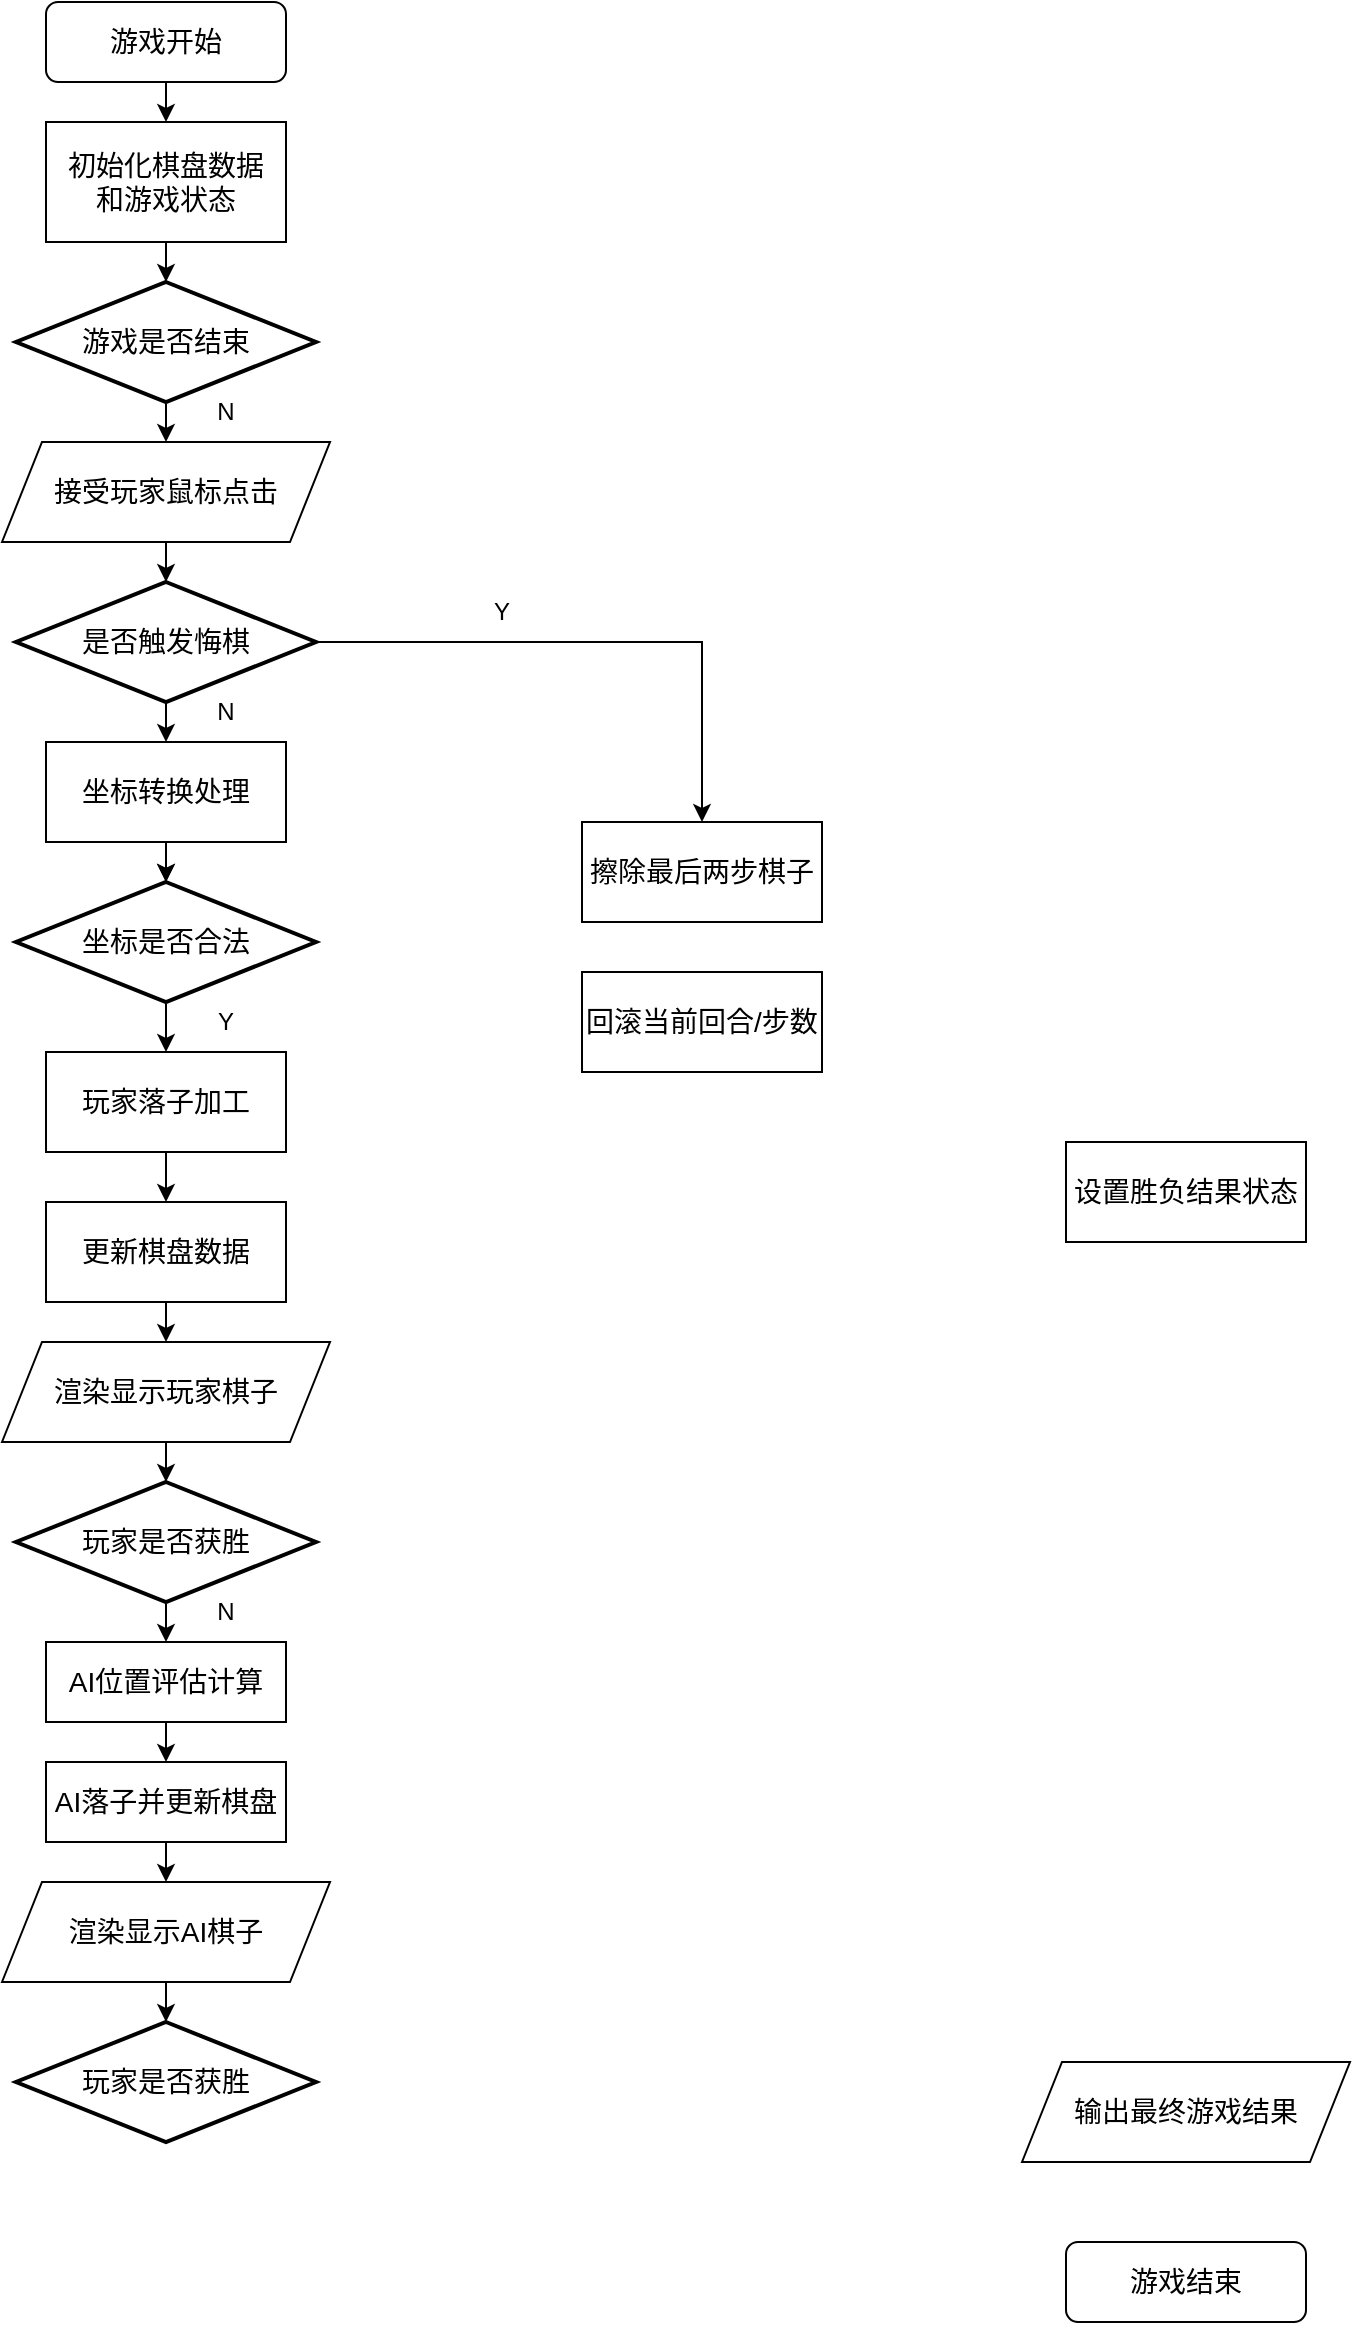
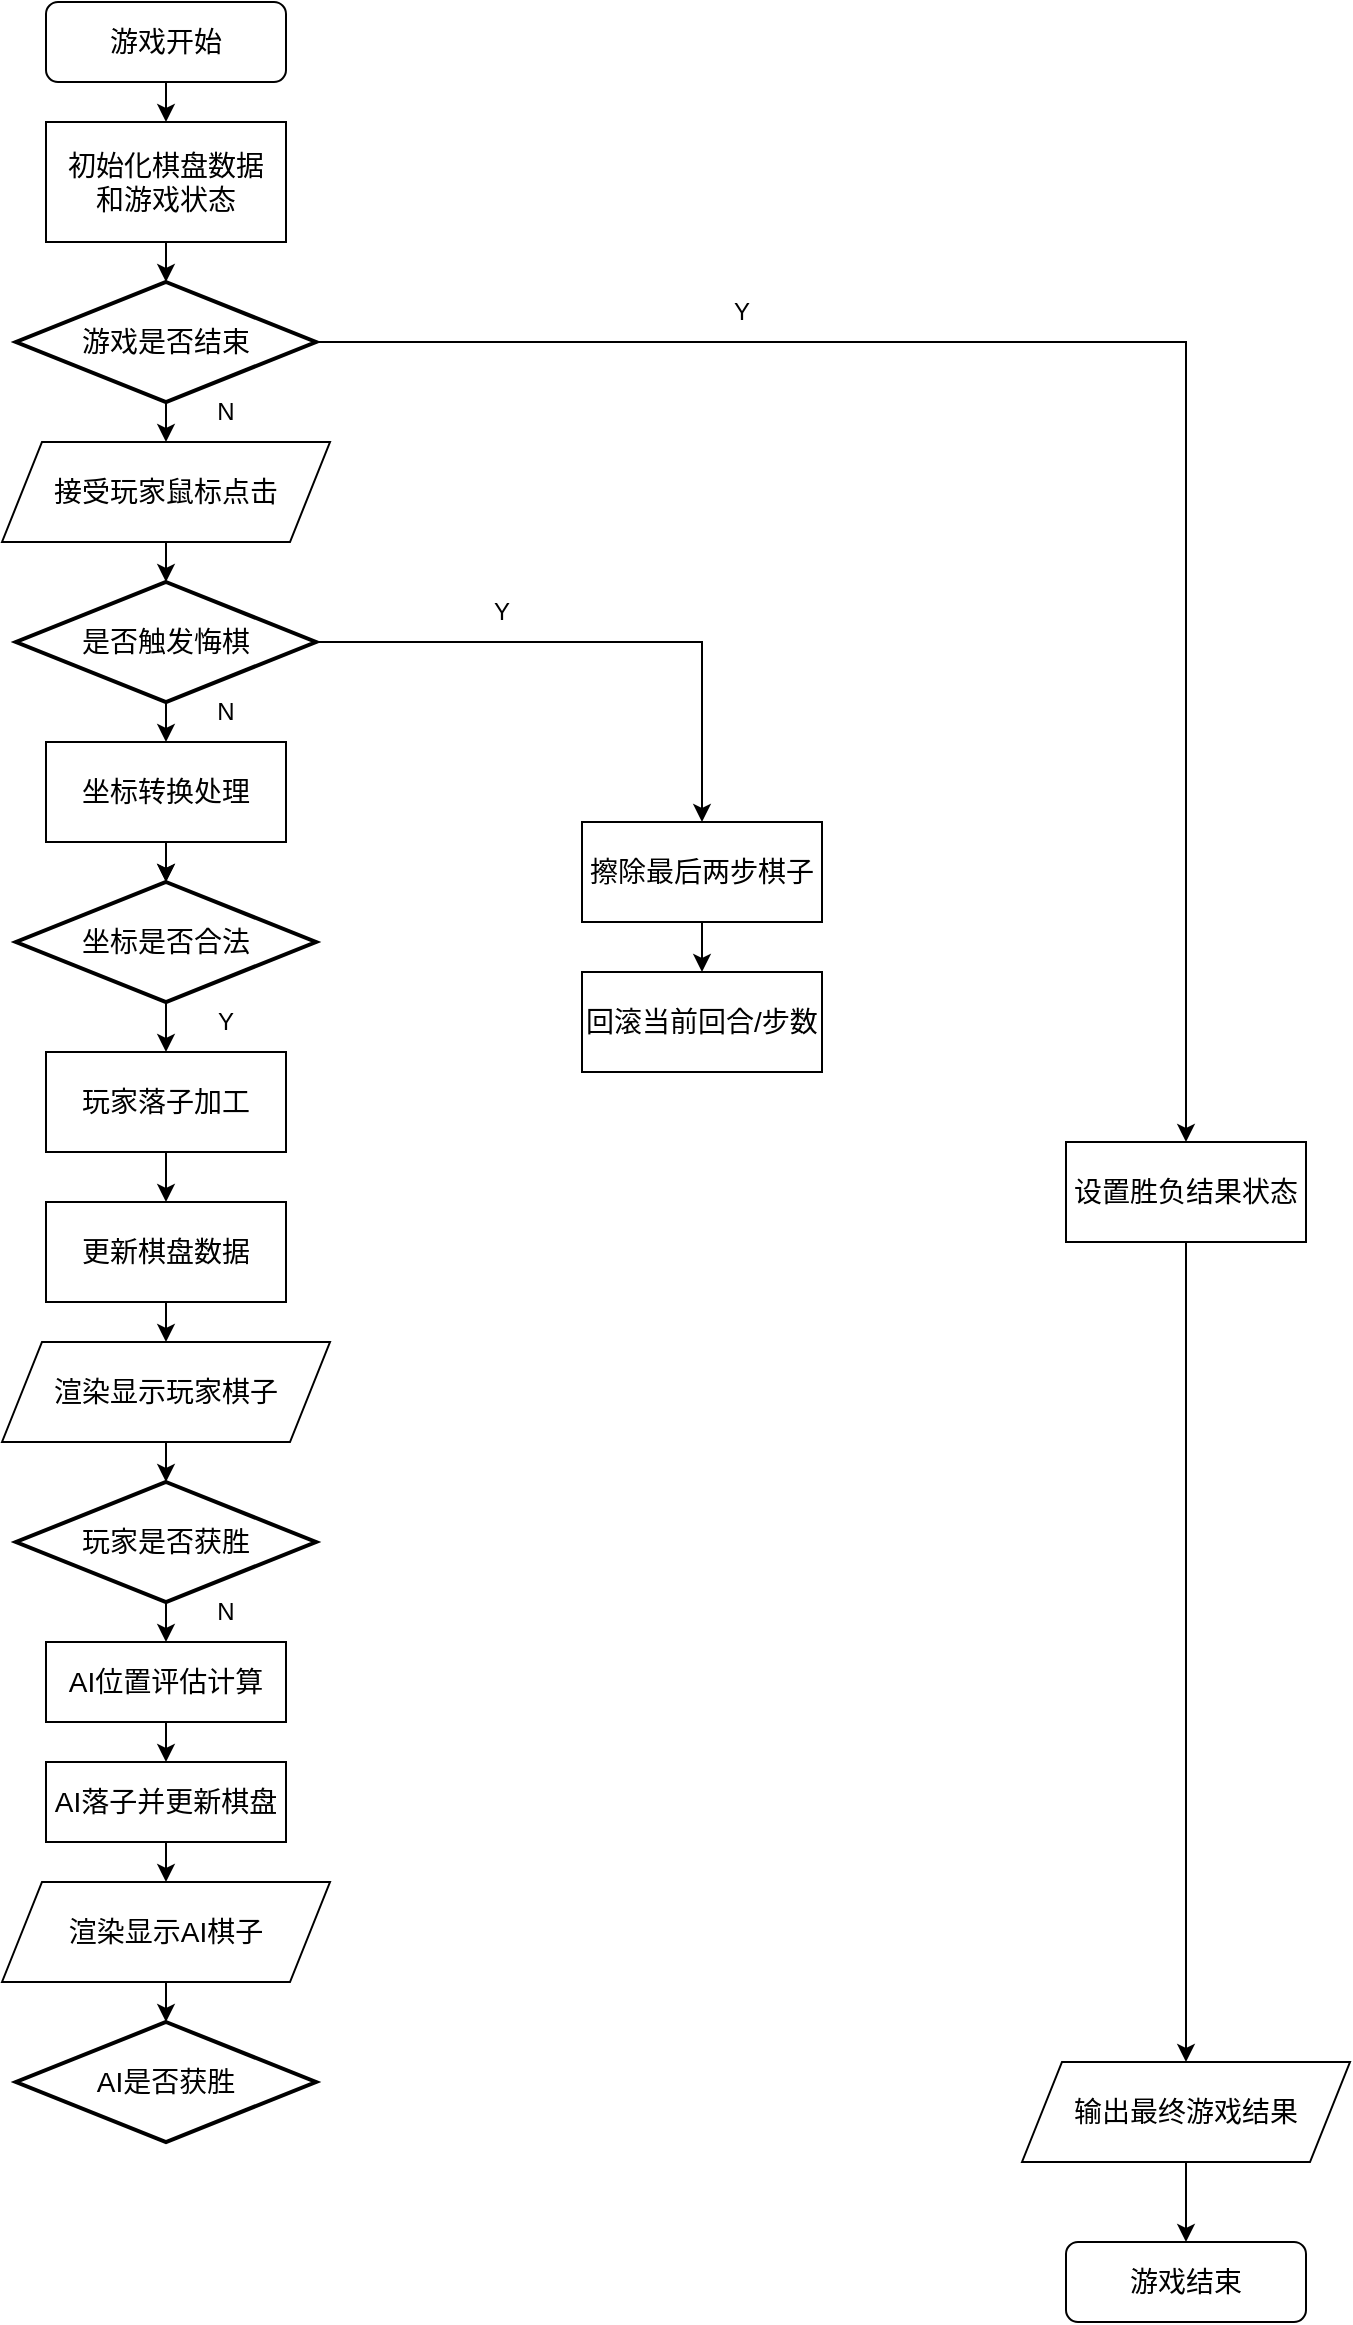
<mxfile host="app.diagrams.net">
  <diagram name="Page-1" id="Ut53iUmTTLsHKbGdxMO9">
    <mxGraphModel dx="2054" dy="1198" grid="1" gridSize="10" guides="1" tooltips="1" connect="1" arrows="1" fold="1" page="1" pageScale="1" pageWidth="827" pageHeight="1169" math="0" shadow="0">
      <root>
        <mxCell id="0" />
        <mxCell id="1" parent="0" />
        <mxCell id="LBzLqDpE-ghOYlSVNWWL-11" edge="1" parent="1" source="LBzLqDpE-ghOYlSVNWWL-4" style="edgeStyle=orthogonalEdgeStyle;rounded=0;orthogonalLoop=1;jettySize=auto;html=1;exitX=0.5;exitY=1;exitDx=0;exitDy=0;exitPerimeter=0;entryX=0.5;entryY=0;entryDx=0;entryDy=0;" target="LBzLqDpE-ghOYlSVNWWL-9">
+           <mxGeometry relative="1" as="geometry" />
+         </mxCell>
+         <mxCell id="LBzLqDpE-ghOYlSVNWWL-51" edge="1" parent="1" source="LBzLqDpE-ghOYlSVNWWL-4" style="edgeStyle=orthogonalEdgeStyle;rounded=0;orthogonalLoop=1;jettySize=auto;html=1;exitX=1;exitY=0.5;exitDx=0;exitDy=0;exitPerimeter=0;entryX=0.5;entryY=0;entryDx=0;entryDy=0;" target="LBzLqDpE-ghOYlSVNWWL-45">
          <mxGeometry relative="1" as="geometry" />
        </mxCell>
        <mxCell id="LBzLqDpE-ghOYlSVNWWL-4" parent="1" style="strokeWidth=2;html=1;shape=mxgraph.flowchart.decision;whiteSpace=wrap;" value="&lt;font style=&quot;font-size: 14px;&quot;&gt;游戏是否结束&lt;/font&gt;" vertex="1">
          <mxGeometry height="60" width="150" x="127" y="140" as="geometry" />
        </mxCell>
        <mxCell id="LBzLqDpE-ghOYlSVNWWL-5" edge="1" parent="1" source="LBzLqDpE-ghOYlSVNWWL-6" style="edgeStyle=orthogonalEdgeStyle;rounded=0;orthogonalLoop=1;jettySize=auto;html=1;exitX=0.5;exitY=1;exitDx=0;exitDy=0;entryX=0.5;entryY=0;entryDx=0;entryDy=0;entryPerimeter=0;" target="LBzLqDpE-ghOYlSVNWWL-4">
          <mxGeometry relative="1" as="geometry">
            <mxPoint x="322" y="190" as="sourcePoint" />
          </mxGeometry>
        </mxCell>
        <mxCell id="LBzLqDpE-ghOYlSVNWWL-6" parent="1" style="rounded=0;whiteSpace=wrap;html=1;" value="&lt;font style=&quot;font-size: 14px;&quot;&gt;初始化棋盘数据&lt;/font&gt;&lt;div&gt;&lt;span style=&quot;font-size: 14px; background-color: transparent; color: light-dark(rgb(0, 0, 0), rgb(255, 255, 255));&quot;&gt;和游戏状态&lt;/span&gt;&lt;/div&gt;" vertex="1">
          <mxGeometry height="60" width="120" x="142" y="60" as="geometry" />
        </mxCell>
        <mxCell id="LBzLqDpE-ghOYlSVNWWL-8" edge="1" parent="1" source="LBzLqDpE-ghOYlSVNWWL-7" style="edgeStyle=orthogonalEdgeStyle;rounded=0;orthogonalLoop=1;jettySize=auto;html=1;exitX=0.5;exitY=1;exitDx=0;exitDy=0;entryX=0.5;entryY=0;entryDx=0;entryDy=0;" target="LBzLqDpE-ghOYlSVNWWL-6">
          <mxGeometry relative="1" as="geometry" />
        </mxCell>
        <mxCell id="LBzLqDpE-ghOYlSVNWWL-7" parent="1" style="rounded=1;whiteSpace=wrap;html=1;" value="&lt;font style=&quot;font-size: 14px;&quot;&gt;游戏开始&lt;/font&gt;" vertex="1">
          <mxGeometry height="40" width="120" x="142" as="geometry" />
        </mxCell>
        <mxCell id="LBzLqDpE-ghOYlSVNWWL-9" parent="1" style="shape=parallelogram;perimeter=parallelogramPerimeter;whiteSpace=wrap;html=1;fixedSize=1;" value="&lt;font style=&quot;font-size: 14px;&quot;&gt;接受玩家鼠标点击&lt;/font&gt;" vertex="1">
          <mxGeometry height="50" width="164" x="120" y="220" as="geometry" />
        </mxCell>
        <mxCell id="LBzLqDpE-ghOYlSVNWWL-12" parent="1" style="text;html=1;whiteSpace=wrap;strokeColor=none;fillColor=none;align=center;verticalAlign=middle;rounded=0;" value="N" vertex="1">
          <mxGeometry height="30" width="60" x="202" y="190" as="geometry" />
        </mxCell>
        <mxCell id="LBzLqDpE-ghOYlSVNWWL-16" edge="1" parent="1" source="LBzLqDpE-ghOYlSVNWWL-13" style="edgeStyle=orthogonalEdgeStyle;rounded=0;orthogonalLoop=1;jettySize=auto;html=1;exitX=0.5;exitY=1;exitDx=0;exitDy=0;exitPerimeter=0;entryX=0.5;entryY=0;entryDx=0;entryDy=0;" target="LBzLqDpE-ghOYlSVNWWL-15">
          <mxGeometry relative="1" as="geometry" />
        </mxCell>
        <mxCell id="LBzLqDpE-ghOYlSVNWWL-47" edge="1" parent="1" source="LBzLqDpE-ghOYlSVNWWL-13" style="edgeStyle=orthogonalEdgeStyle;rounded=0;orthogonalLoop=1;jettySize=auto;html=1;exitX=1;exitY=0.5;exitDx=0;exitDy=0;exitPerimeter=0;entryX=0.5;entryY=0;entryDx=0;entryDy=0;" target="LBzLqDpE-ghOYlSVNWWL-46">
          <mxGeometry relative="1" as="geometry" />
        </mxCell>
        <mxCell id="LBzLqDpE-ghOYlSVNWWL-13" parent="1" style="strokeWidth=2;html=1;shape=mxgraph.flowchart.decision;whiteSpace=wrap;" value="&lt;font style=&quot;font-size: 14px;&quot;&gt;是否触发悔棋&lt;/font&gt;" vertex="1">
          <mxGeometry height="60" width="150" x="127" y="290" as="geometry" />
        </mxCell>
        <mxCell id="LBzLqDpE-ghOYlSVNWWL-14" edge="1" parent="1" source="LBzLqDpE-ghOYlSVNWWL-9" style="edgeStyle=orthogonalEdgeStyle;rounded=0;orthogonalLoop=1;jettySize=auto;html=1;exitX=0.5;exitY=1;exitDx=0;exitDy=0;entryX=0.5;entryY=0;entryDx=0;entryDy=0;entryPerimeter=0;" target="LBzLqDpE-ghOYlSVNWWL-13">
          <mxGeometry relative="1" as="geometry" />
        </mxCell>
        <mxCell id="LBzLqDpE-ghOYlSVNWWL-28" edge="1" parent="1" source="LBzLqDpE-ghOYlSVNWWL-15" style="edgeStyle=orthogonalEdgeStyle;rounded=0;orthogonalLoop=1;jettySize=auto;html=1;entryX=0.5;entryY=0;entryDx=0;entryDy=0;entryPerimeter=0;" target="LBzLqDpE-ghOYlSVNWWL-18" value="">
          <mxGeometry relative="1" as="geometry" />
        </mxCell>
        <mxCell id="LBzLqDpE-ghOYlSVNWWL-15" parent="1" style="rounded=0;whiteSpace=wrap;html=1;" value="&lt;font style=&quot;font-size: 14px;&quot;&gt;坐标转换处理&lt;/font&gt;" vertex="1">
          <mxGeometry height="50" width="120" x="142" y="370" as="geometry" />
        </mxCell>
        <mxCell id="LBzLqDpE-ghOYlSVNWWL-17" parent="1" style="text;html=1;whiteSpace=wrap;strokeColor=none;fillColor=none;align=center;verticalAlign=middle;rounded=0;" value="N" vertex="1">
          <mxGeometry height="30" width="60" x="202" y="340" as="geometry" />
        </mxCell>
        <mxCell id="LBzLqDpE-ghOYlSVNWWL-22" edge="1" parent="1" source="LBzLqDpE-ghOYlSVNWWL-18" style="edgeStyle=orthogonalEdgeStyle;rounded=0;orthogonalLoop=1;jettySize=auto;html=1;exitX=0.5;exitY=1;exitDx=0;exitDy=0;exitPerimeter=0;entryX=0.5;entryY=0;entryDx=0;entryDy=0;" target="LBzLqDpE-ghOYlSVNWWL-21">
          <mxGeometry relative="1" as="geometry" />
        </mxCell>
        <mxCell id="LBzLqDpE-ghOYlSVNWWL-18" parent="1" style="strokeWidth=2;html=1;shape=mxgraph.flowchart.decision;whiteSpace=wrap;" value="&lt;font style=&quot;font-size: 14px;&quot;&gt;坐标是否合法&lt;/font&gt;" vertex="1">
          <mxGeometry height="60" width="150" x="127" y="440" as="geometry" />
        </mxCell>
        <mxCell id="LBzLqDpE-ghOYlSVNWWL-20" edge="1" parent="1" source="LBzLqDpE-ghOYlSVNWWL-15" style="edgeStyle=orthogonalEdgeStyle;rounded=0;orthogonalLoop=1;jettySize=auto;html=1;exitX=0.5;exitY=1;exitDx=0;exitDy=0;entryX=0.5;entryY=0;entryDx=0;entryDy=0;entryPerimeter=0;" target="LBzLqDpE-ghOYlSVNWWL-18">
          <mxGeometry relative="1" as="geometry" />
        </mxCell>
        <mxCell id="LBzLqDpE-ghOYlSVNWWL-25" edge="1" parent="1" source="LBzLqDpE-ghOYlSVNWWL-21" style="edgeStyle=orthogonalEdgeStyle;rounded=0;orthogonalLoop=1;jettySize=auto;html=1;exitX=0.5;exitY=1;exitDx=0;exitDy=0;entryX=0.5;entryY=0;entryDx=0;entryDy=0;" target="LBzLqDpE-ghOYlSVNWWL-24">
          <mxGeometry relative="1" as="geometry" />
        </mxCell>
        <mxCell id="LBzLqDpE-ghOYlSVNWWL-21" parent="1" style="rounded=0;whiteSpace=wrap;html=1;" value="&lt;font style=&quot;font-size: 14px;&quot;&gt;玩家落子加工&lt;/font&gt;" vertex="1">
          <mxGeometry height="50" width="120" x="142" y="525" as="geometry" />
        </mxCell>
        <mxCell id="LBzLqDpE-ghOYlSVNWWL-23" parent="1" style="text;html=1;whiteSpace=wrap;strokeColor=none;fillColor=none;align=center;verticalAlign=middle;rounded=0;" value="Y" vertex="1">
          <mxGeometry height="30" width="60" x="202" y="495" as="geometry" />
        </mxCell>
        <mxCell id="LBzLqDpE-ghOYlSVNWWL-27" edge="1" parent="1" source="LBzLqDpE-ghOYlSVNWWL-24" style="edgeStyle=orthogonalEdgeStyle;rounded=0;orthogonalLoop=1;jettySize=auto;html=1;exitX=0.5;exitY=1;exitDx=0;exitDy=0;entryX=0.5;entryY=0;entryDx=0;entryDy=0;" target="LBzLqDpE-ghOYlSVNWWL-26">
          <mxGeometry relative="1" as="geometry" />
        </mxCell>
        <mxCell id="LBzLqDpE-ghOYlSVNWWL-24" parent="1" style="rounded=0;whiteSpace=wrap;html=1;" value="&lt;font style=&quot;font-size: 14px;&quot;&gt;更新棋盘数据&lt;/font&gt;" vertex="1">
          <mxGeometry height="50" width="120" x="142" y="600" as="geometry" />
        </mxCell>
        <mxCell id="LBzLqDpE-ghOYlSVNWWL-26" parent="1" style="shape=parallelogram;perimeter=parallelogramPerimeter;whiteSpace=wrap;html=1;fixedSize=1;" value="&lt;font style=&quot;font-size: 14px;&quot;&gt;渲染显示玩家棋子&lt;/font&gt;" vertex="1">
          <mxGeometry height="50" width="164" x="120" y="670" as="geometry" />
        </mxCell>
        <mxCell id="LBzLqDpE-ghOYlSVNWWL-33" edge="1" parent="1" source="LBzLqDpE-ghOYlSVNWWL-30" style="edgeStyle=orthogonalEdgeStyle;rounded=0;orthogonalLoop=1;jettySize=auto;html=1;exitX=0.5;exitY=1;exitDx=0;exitDy=0;exitPerimeter=0;entryX=0.5;entryY=0;entryDx=0;entryDy=0;" target="LBzLqDpE-ghOYlSVNWWL-32">
          <mxGeometry relative="1" as="geometry" />
        </mxCell>
        <mxCell id="LBzLqDpE-ghOYlSVNWWL-30" parent="1" style="strokeWidth=2;html=1;shape=mxgraph.flowchart.decision;whiteSpace=wrap;" value="&lt;font style=&quot;font-size: 14px;&quot;&gt;玩家是否获胜&lt;/font&gt;" vertex="1">
          <mxGeometry height="60" width="150" x="127" y="740" as="geometry" />
        </mxCell>
        <mxCell id="LBzLqDpE-ghOYlSVNWWL-31" edge="1" parent="1" source="LBzLqDpE-ghOYlSVNWWL-26" style="edgeStyle=orthogonalEdgeStyle;rounded=0;orthogonalLoop=1;jettySize=auto;html=1;exitX=0.5;exitY=1;exitDx=0;exitDy=0;entryX=0.5;entryY=0;entryDx=0;entryDy=0;entryPerimeter=0;" target="LBzLqDpE-ghOYlSVNWWL-30">
          <mxGeometry relative="1" as="geometry" />
        </mxCell>
        <mxCell id="LBzLqDpE-ghOYlSVNWWL-37" edge="1" parent="1" source="LBzLqDpE-ghOYlSVNWWL-32" style="edgeStyle=orthogonalEdgeStyle;rounded=0;orthogonalLoop=1;jettySize=auto;html=1;exitX=0.5;exitY=1;exitDx=0;exitDy=0;entryX=0.5;entryY=0;entryDx=0;entryDy=0;" target="LBzLqDpE-ghOYlSVNWWL-35">
          <mxGeometry relative="1" as="geometry" />
        </mxCell>
        <mxCell id="LBzLqDpE-ghOYlSVNWWL-32" parent="1" style="rounded=0;whiteSpace=wrap;html=1;" value="&lt;font style=&quot;font-size: 14px;&quot;&gt;AI位置评估计算&lt;/font&gt;" vertex="1">
          <mxGeometry height="40" width="120" x="142" y="820" as="geometry" />
        </mxCell>
        <mxCell id="LBzLqDpE-ghOYlSVNWWL-34" parent="1" style="text;html=1;whiteSpace=wrap;strokeColor=none;fillColor=none;align=center;verticalAlign=middle;rounded=0;" value="N" vertex="1">
          <mxGeometry height="30" width="60" x="202" y="790" as="geometry" />
        </mxCell>
        <mxCell id="LBzLqDpE-ghOYlSVNWWL-39" edge="1" parent="1" source="LBzLqDpE-ghOYlSVNWWL-35" style="edgeStyle=orthogonalEdgeStyle;rounded=0;orthogonalLoop=1;jettySize=auto;html=1;exitX=0.5;exitY=1;exitDx=0;exitDy=0;entryX=0.5;entryY=0;entryDx=0;entryDy=0;" target="LBzLqDpE-ghOYlSVNWWL-38">
          <mxGeometry relative="1" as="geometry" />
        </mxCell>
        <mxCell id="LBzLqDpE-ghOYlSVNWWL-35" parent="1" style="rounded=0;whiteSpace=wrap;html=1;" value="&lt;font style=&quot;font-size: 14px;&quot;&gt;AI落子并更新棋盘&lt;/font&gt;" vertex="1">
          <mxGeometry height="40" width="120" x="142" y="880" as="geometry" />
        </mxCell>
        <mxCell id="LBzLqDpE-ghOYlSVNWWL-38" parent="1" style="shape=parallelogram;perimeter=parallelogramPerimeter;whiteSpace=wrap;html=1;fixedSize=1;" value="&lt;font style=&quot;font-size: 14px;&quot;&gt;渲染显示AI棋子&lt;/font&gt;" vertex="1">
          <mxGeometry height="50" width="164" x="120" y="940" as="geometry" />
        </mxCell>
-         <mxCell id="LBzLqDpE-ghOYlSVNWWL-40" parent="1" style="strokeWidth=2;html=1;shape=mxgraph.flowchart.decision;whiteSpace=wrap;" value="&lt;font style=&quot;font-size: 14px;&quot;&gt;玩家是否获胜&lt;/font&gt;" vertex="1">
+         <mxCell id="LBzLqDpE-ghOYlSVNWWL-40" parent="1" style="strokeWidth=2;html=1;shape=mxgraph.flowchart.decision;whiteSpace=wrap;" value="&lt;font style=&quot;font-size: 14px;&quot;&gt;AI是否获胜&lt;/font&gt;" vertex="1">
          <mxGeometry height="60" width="150" x="127" y="1010" as="geometry" />
        </mxCell>
        <mxCell id="LBzLqDpE-ghOYlSVNWWL-41" edge="1" parent="1" source="LBzLqDpE-ghOYlSVNWWL-38" style="edgeStyle=orthogonalEdgeStyle;rounded=0;orthogonalLoop=1;jettySize=auto;html=1;exitX=0.5;exitY=1;exitDx=0;exitDy=0;entryX=0.5;entryY=0;entryDx=0;entryDy=0;entryPerimeter=0;" target="LBzLqDpE-ghOYlSVNWWL-40">
+           <mxGeometry relative="1" as="geometry" />
+         </mxCell>
+         <mxCell id="LBzLqDpE-ghOYlSVNWWL-55" edge="1" parent="1" source="LBzLqDpE-ghOYlSVNWWL-42" style="edgeStyle=orthogonalEdgeStyle;rounded=0;orthogonalLoop=1;jettySize=auto;html=1;exitX=0.5;exitY=1;exitDx=0;exitDy=0;entryX=0.5;entryY=0;entryDx=0;entryDy=0;" target="LBzLqDpE-ghOYlSVNWWL-43">
          <mxGeometry relative="1" as="geometry" />
        </mxCell>
        <mxCell id="LBzLqDpE-ghOYlSVNWWL-42" parent="1" style="shape=parallelogram;perimeter=parallelogramPerimeter;whiteSpace=wrap;html=1;fixedSize=1;" value="&lt;font style=&quot;font-size: 14px;&quot;&gt;输出最终游戏结果&lt;/font&gt;" vertex="1">
          <mxGeometry height="50" width="164" x="630" y="1030" as="geometry" />
        </mxCell>
        <mxCell id="LBzLqDpE-ghOYlSVNWWL-43" parent="1" style="rounded=1;whiteSpace=wrap;html=1;" value="&lt;font style=&quot;font-size: 14px;&quot;&gt;游戏结束&lt;/font&gt;" vertex="1">
          <mxGeometry height="40" width="120" x="652" y="1120" as="geometry" />
        </mxCell>
+         <mxCell id="LBzLqDpE-ghOYlSVNWWL-54" edge="1" parent="1" source="LBzLqDpE-ghOYlSVNWWL-45" style="edgeStyle=orthogonalEdgeStyle;rounded=0;orthogonalLoop=1;jettySize=auto;html=1;exitX=0.5;exitY=1;exitDx=0;exitDy=0;entryX=0.5;entryY=0;entryDx=0;entryDy=0;" target="LBzLqDpE-ghOYlSVNWWL-42">
+           <mxGeometry relative="1" as="geometry" />
+         </mxCell>
        <mxCell id="LBzLqDpE-ghOYlSVNWWL-45" parent="1" style="rounded=0;whiteSpace=wrap;html=1;" value="&lt;font style=&quot;font-size: 14px;&quot;&gt;设置胜负结果状态&lt;/font&gt;" vertex="1">
          <mxGeometry height="50" width="120" x="652" y="570" as="geometry" />
+         </mxCell>
+         <mxCell id="LBzLqDpE-ghOYlSVNWWL-53" edge="1" parent="1" source="LBzLqDpE-ghOYlSVNWWL-46" style="edgeStyle=orthogonalEdgeStyle;rounded=0;orthogonalLoop=1;jettySize=auto;html=1;exitX=0.5;exitY=1;exitDx=0;exitDy=0;entryX=0.5;entryY=0;entryDx=0;entryDy=0;" target="LBzLqDpE-ghOYlSVNWWL-50">
+           <mxGeometry relative="1" as="geometry" />
        </mxCell>
        <mxCell id="LBzLqDpE-ghOYlSVNWWL-46" parent="1" style="rounded=0;whiteSpace=wrap;html=1;" value="&lt;font style=&quot;font-size: 14px;&quot;&gt;擦除最后两步棋子&lt;/font&gt;" vertex="1">
          <mxGeometry height="50" width="120" x="410" y="410" as="geometry" />
        </mxCell>
        <mxCell id="LBzLqDpE-ghOYlSVNWWL-48" parent="1" style="text;html=1;whiteSpace=wrap;strokeColor=none;fillColor=none;align=center;verticalAlign=middle;rounded=0;" value="Y" vertex="1">
          <mxGeometry height="30" width="60" x="340" y="290" as="geometry" />
        </mxCell>
        <mxCell id="LBzLqDpE-ghOYlSVNWWL-50" parent="1" style="rounded=0;whiteSpace=wrap;html=1;" value="&lt;font style=&quot;font-size: 14px;&quot;&gt;回滚当前回合/步数&lt;/font&gt;" vertex="1">
          <mxGeometry height="50" width="120" x="410" y="485" as="geometry" />
        </mxCell>
+         <mxCell id="LBzLqDpE-ghOYlSVNWWL-52" parent="1" style="text;html=1;whiteSpace=wrap;strokeColor=none;fillColor=none;align=center;verticalAlign=middle;rounded=0;" value="Y" vertex="1">
+           <mxGeometry height="30" width="60" x="460" y="140" as="geometry" />
+         </mxCell>
      </root>
    </mxGraphModel>
  </diagram>
</mxfile>
